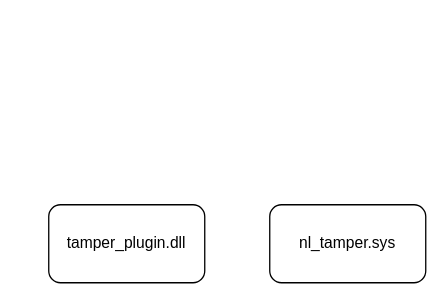
linfenwen/draw_io keeps this draw.io diagram as page "Page-1" (1 of 2) of tamper.drawio. Above is the earlier version. Source tidied: cells renumbered, new cells numbered last; positions are measured from the earlier drawing's top-left corner, leaving out a move shared by most shapes. Both pictures are drawn from the tidied source at 130%, with x=0, y=0 at pixel (48, 204).
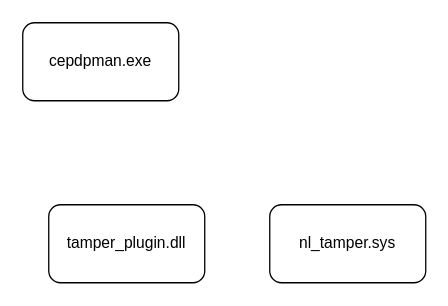
After the change.

Diff of the diagram source:
```diff
@@
 <mxGraphModel>
   <root>
     <mxCell id="0" />
     <mxCell id="1" parent="0" />
     <mxCell id="2" value="nl_tamper.sys" style="rounded=1;whiteSpace=wrap;html=1;" parent="1" vertex="1">
       <mxGeometry x="170" width="120" height="60" as="geometry" />
     </mxCell>
     <mxCell id="3" value="tamper_plugin.dll" style="rounded=1;whiteSpace=wrap;html=1;" parent="1" vertex="1">
       <mxGeometry width="120" height="60" as="geometry" />
     </mxCell>
+    <mxCell id="4" value="cepdpman.exe" style="rounded=1;whiteSpace=wrap;html=1;" parent="1" vertex="1">
+      <mxGeometry x="-20" y="-140" width="120" height="60" as="geometry" />
+    </mxCell>
   </root>
 </mxGraphModel>
```
